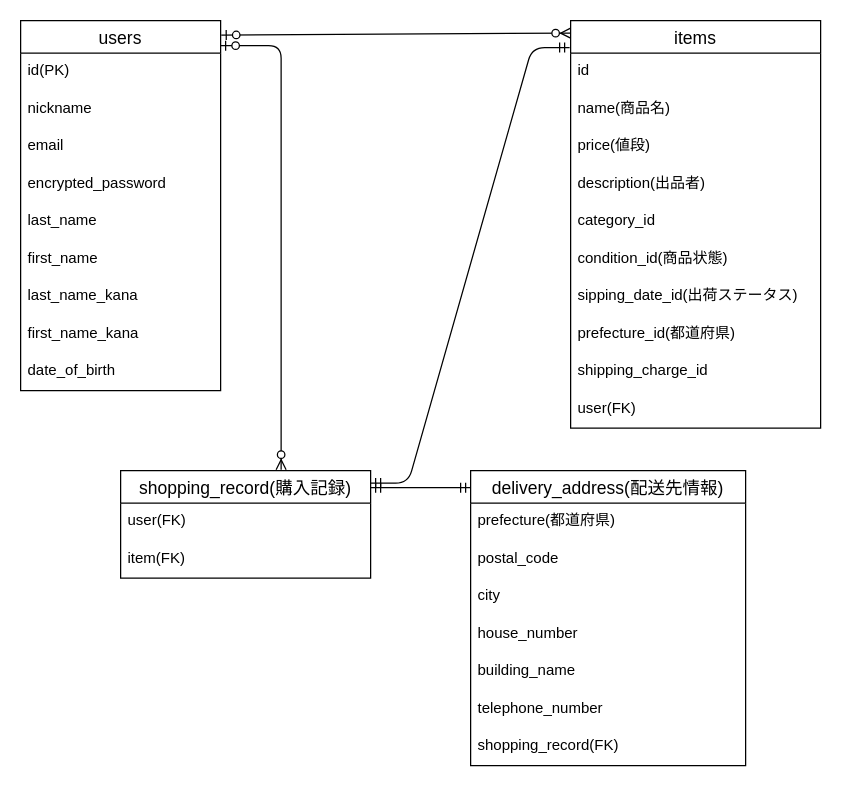
Earlier version of the draw.io diagram database.dio (syun2654/furima-35916). Source tidied: cells renumbered, new cells numbered last; positions are measured from the earlier drawing's top-left corner, leaving out a move shared by most shapes. Both pictures are drawn from the tidied source at 125%, with x=0, y=0 at pixel (20, 20).
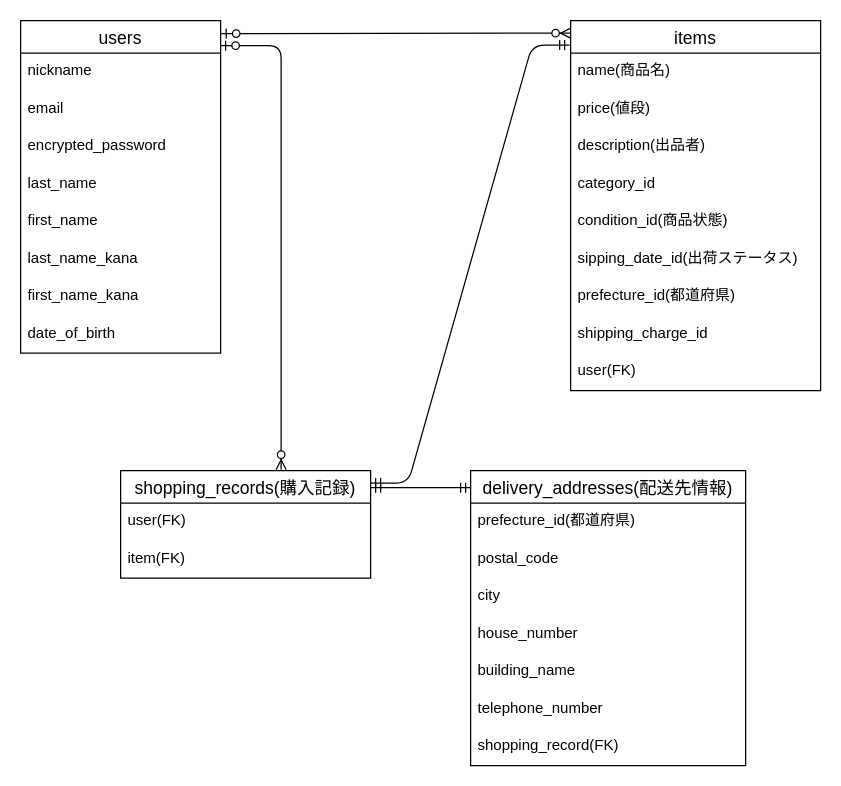
The same page after the edit.

Change to the diagram source:
```diff
@@
     <mxCell id="2" value="users" style="swimlane;fontStyle=0;horizontal=1;startSize=26;align=center;fontSize=14;" parent="1" vertex="1">
-      <mxGeometry width="160" height="296" as="geometry" />
+      <mxGeometry width="160" height="266" as="geometry" />
     </mxCell>
@@
-    <mxCell id="4" value="id(PK)" style="text;strokeColor=none;fillColor=none;spacingLeft=4;spacingRight=4;overflow=hidden;fontSize=12;" parent="2" vertex="1">
-      <mxGeometry y="26" width="160" height="30" as="geometry" />
-    </mxCell>
     <mxCell id="5" value="nickname" style="text;strokeColor=none;fillColor=none;spacingLeft=4;spacingRight=4;overflow=hidden;fontSize=12;" parent="2" vertex="1">
-      <mxGeometry y="56" width="160" height="30" as="geometry" />
+      <mxGeometry y="26" width="160" height="30" as="geometry" />
     </mxCell>
     <mxCell id="6" value="email" style="text;strokeColor=none;fillColor=none;spacingLeft=4;spacingRight=4;overflow=hidden;fontSize=12;" parent="2" vertex="1">
-      <mxGeometry y="86" width="160" height="30" as="geometry" />
+      <mxGeometry y="56" width="160" height="30" as="geometry" />
     </mxCell>
     <mxCell id="7" value="encrypted_password" style="text;strokeColor=none;fillColor=none;spacingLeft=4;spacingRight=4;overflow=hidden;fontSize=12;" parent="2" vertex="1">
-      <mxGeometry y="116" width="160" height="30" as="geometry" />
+      <mxGeometry y="86" width="160" height="30" as="geometry" />
     </mxCell>
     <mxCell id="8" value="last_name" style="text;strokeColor=none;fillColor=none;spacingLeft=4;spacingRight=4;overflow=hidden;fontSize=12;" parent="2" vertex="1">
-      <mxGeometry y="146" width="160" height="30" as="geometry" />
+      <mxGeometry y="116" width="160" height="30" as="geometry" />
     </mxCell>
     <mxCell id="9" value="first_name" style="text;strokeColor=none;fillColor=none;spacingLeft=4;spacingRight=4;overflow=hidden;fontSize=12;" parent="2" vertex="1">
-      <mxGeometry y="176" width="160" height="30" as="geometry" />
+      <mxGeometry y="146" width="160" height="30" as="geometry" />
     </mxCell>
     <mxCell id="10" value="last_name_kana" style="text;strokeColor=none;fillColor=none;spacingLeft=4;spacingRight=4;overflow=hidden;fontSize=12;" parent="2" vertex="1">
-      <mxGeometry y="206" width="160" height="30" as="geometry" />
+      <mxGeometry y="176" width="160" height="30" as="geometry" />
     </mxCell>
     <mxCell id="11" value="first_name_kana" style="text;strokeColor=none;fillColor=none;spacingLeft=4;spacingRight=4;overflow=hidden;fontSize=12;" parent="2" vertex="1">
-      <mxGeometry y="236" width="160" height="30" as="geometry" />
+      <mxGeometry y="206" width="160" height="30" as="geometry" />
     </mxCell>
     <mxCell id="12" value="date_of_birth" style="text;strokeColor=none;fillColor=none;spacingLeft=4;spacingRight=4;overflow=hidden;fontSize=12;" parent="2" vertex="1">
-      <mxGeometry y="266" width="160" height="30" as="geometry" />
+      <mxGeometry y="236" width="160" height="30" as="geometry" />
     </mxCell>
     <mxCell id="13" value="items" style="swimlane;fontStyle=0;horizontal=1;startSize=26;align=center;fontSize=14;" parent="1" vertex="1">
-      <mxGeometry x="440" width="200" height="326" as="geometry" />
+      <mxGeometry x="440" width="200" height="296" as="geometry" />
     </mxCell>
-    <mxCell id="14" value="id" style="text;strokeColor=none;fillColor=none;spacingLeft=4;spacingRight=4;overflow=hidden;fontSize=12;" parent="13" vertex="1">
-      <mxGeometry y="26" width="200" height="30" as="geometry" />
-    </mxCell>
     <mxCell id="15" value="name(商品名)" style="text;strokeColor=none;fillColor=none;spacingLeft=4;spacingRight=4;overflow=hidden;fontSize=12;" parent="13" vertex="1">
-      <mxGeometry y="56" width="200" height="30" as="geometry" />
+      <mxGeometry y="26" width="200" height="30" as="geometry" />
     </mxCell>
     <mxCell id="16" value="price(値段)" style="text;strokeColor=none;fillColor=none;spacingLeft=4;spacingRight=4;overflow=hidden;fontSize=12;" parent="13" vertex="1">
-      <mxGeometry y="86" width="200" height="30" as="geometry" />
+      <mxGeometry y="56" width="200" height="30" as="geometry" />
     </mxCell>
     <mxCell id="17" value="description(出品者)" style="text;strokeColor=none;fillColor=none;spacingLeft=4;spacingRight=4;overflow=hidden;fontSize=12;" parent="13" vertex="1">
-      <mxGeometry y="116" width="200" height="30" as="geometry" />
+      <mxGeometry y="86" width="200" height="30" as="geometry" />
     </mxCell>
     <mxCell id="18" value="category_id" style="text;strokeColor=none;fillColor=none;spacingLeft=4;spacingRight=4;overflow=hidden;fontSize=12;" parent="13" vertex="1">
-      <mxGeometry y="146" width="200" height="30" as="geometry" />
+      <mxGeometry y="116" width="200" height="30" as="geometry" />
     </mxCell>
     <mxCell id="19" value="condition_id(商品状態)" style="text;strokeColor=none;fillColor=none;spacingLeft=4;spacingRight=4;overflow=hidden;fontSize=12;" parent="13" vertex="1">
-      <mxGeometry y="176" width="200" height="30" as="geometry" />
+      <mxGeometry y="146" width="200" height="30" as="geometry" />
     </mxCell>
     <mxCell id="20" value="sipping_date_id(出荷ステータス)" style="text;strokeColor=none;fillColor=none;spacingLeft=4;spacingRight=4;overflow=hidden;fontSize=12;" parent="13" vertex="1">
-      <mxGeometry y="206" width="200" height="30" as="geometry" />
+      <mxGeometry y="176" width="200" height="30" as="geometry" />
     </mxCell>
     <mxCell id="21" value="prefecture_id(都道府県)" style="text;strokeColor=none;fillColor=none;spacingLeft=4;spacingRight=4;overflow=hidden;fontSize=12;" parent="13" vertex="1">
-      <mxGeometry y="236" width="200" height="30" as="geometry" />
+      <mxGeometry y="206" width="200" height="30" as="geometry" />
     </mxCell>
     <mxCell id="22" value="shipping_charge_id" style="text;strokeColor=none;fillColor=none;spacingLeft=4;spacingRight=4;overflow=hidden;fontSize=12;" parent="13" vertex="1">
-      <mxGeometry y="266" width="200" height="30" as="geometry" />
+      <mxGeometry y="236" width="200" height="30" as="geometry" />
     </mxCell>
     <mxCell id="23" value="user(FK)" style="text;strokeColor=none;fillColor=none;spacingLeft=4;spacingRight=4;overflow=hidden;fontSize=12;" parent="13" vertex="1">
-      <mxGeometry y="296" width="200" height="30" as="geometry" />
+      <mxGeometry y="266" width="200" height="30" as="geometry" />
     </mxCell>
-    <mxCell id="24" value="shopping_record(購入記録)" style="swimlane;fontStyle=0;horizontal=1;startSize=26;align=center;fontSize=14;" parent="1" vertex="1">
+    <mxCell id="24" value="shopping_records(購入記録)" style="swimlane;fontStyle=0;horizontal=1;startSize=26;align=center;fontSize=14;" parent="1" vertex="1">
       <mxGeometry x="80" y="360" width="200" height="86" as="geometry" />
     </mxCell>
@@
-    <mxCell id="27" value="delivery_address(配送先情報)" style="swimlane;fontStyle=0;horizontal=1;startSize=26;align=center;fontSize=14;" parent="1" vertex="1">
+    <mxCell id="27" value="delivery_addresses(配送先情報)" style="swimlane;fontStyle=0;horizontal=1;startSize=26;align=center;fontSize=14;" parent="1" vertex="1">
       <mxGeometry x="360" y="360" width="220" height="236" as="geometry" />
     </mxCell>
-    <mxCell id="28" value="prefecture(都道府県)" style="text;strokeColor=none;fillColor=none;spacingLeft=4;spacingRight=4;overflow=hidden;fontSize=12;" parent="27" vertex="1">
+    <mxCell id="28" value="prefecture_id(都道府県)" style="text;strokeColor=none;fillColor=none;spacingLeft=4;spacingRight=4;overflow=hidden;fontSize=12;" parent="27" vertex="1">
       <mxGeometry y="26" width="220" height="30" as="geometry" />
     </mxCell>
```
